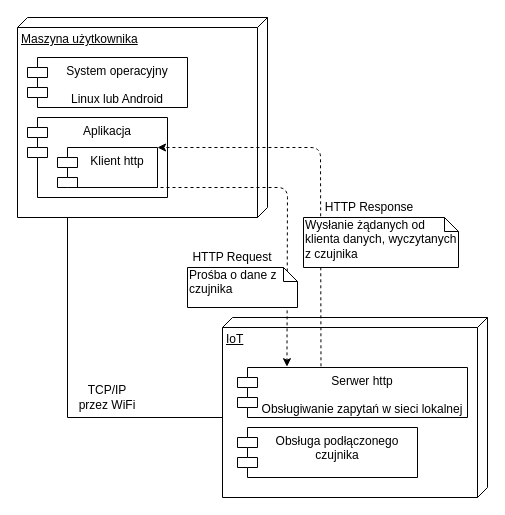
Earlier version of the draw.io diagram Http.drawio (AdamStudies-PWR/ProjektZespolowyPWR). Source tidied: cells renumbered, new cells numbered last; positions are measured from the earlier drawing's top-left corner, leaving out a move shared by most shapes. Both pictures are drawn from the tidied source at 100%, with x=0, y=0 at pixel (17, 17).
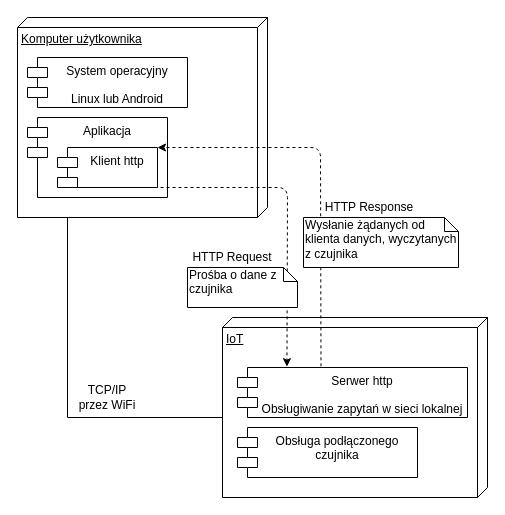
Above is the later version.

Diff of the diagram source:
```diff
@@
-    <mxCell id="3" value="Maszyna użytkownika" style="verticalAlign=top;align=left;spacingTop=8;spacingLeft=2;spacingRight=12;shape=cube;size=10;direction=south;fontStyle=4;html=1;" parent="1" vertex="1">
+    <mxCell id="3" value="Komputer użytkownika" style="verticalAlign=top;align=left;spacingTop=8;spacingLeft=2;spacingRight=12;shape=cube;size=10;direction=south;fontStyle=4;html=1;" parent="1" vertex="1">
       <mxGeometry width="250" height="200" as="geometry" />
     </mxCell>
```
